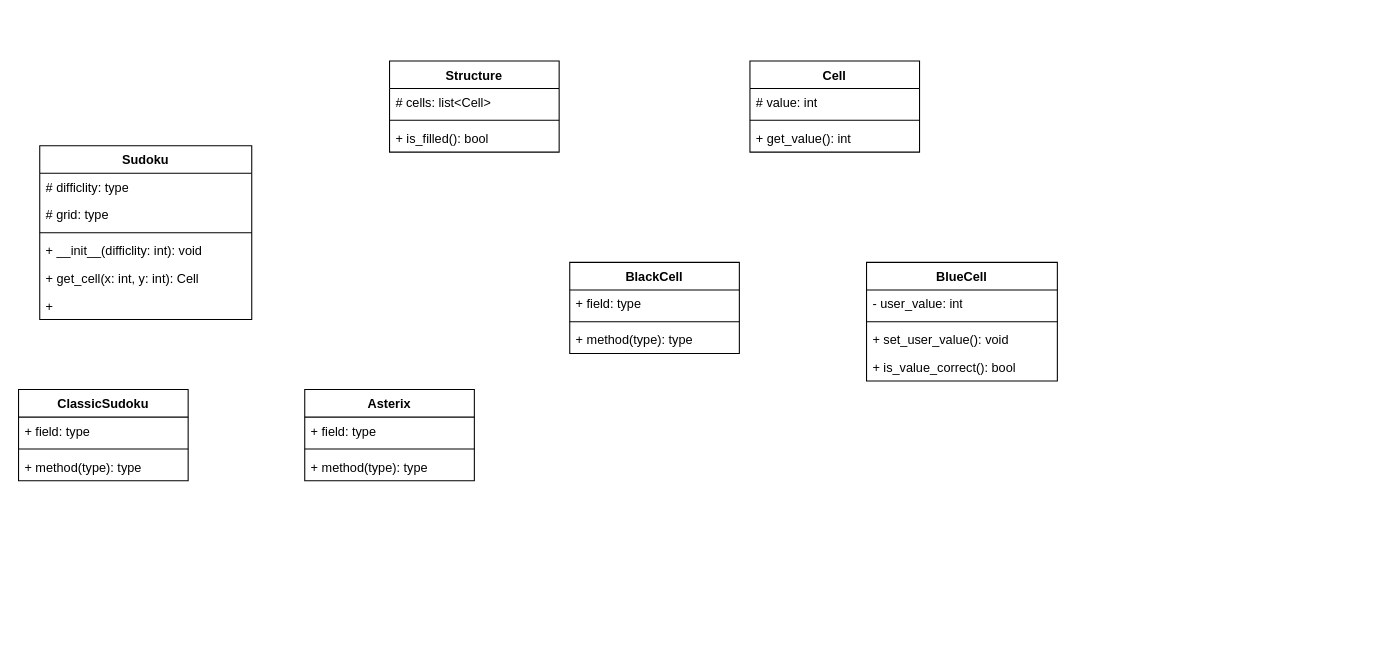
The draw.io diagram tdpp_project.drawio in v-tempe/draw.io, before the edit. Source tidied: cells renumbered, new cells numbered last; positions are measured from the earlier drawing's top-left corner, leaving out a move shared by most shapes. Both pictures are drawn from the tidied source at 106%, with x=0, y=0 at pixel (18, 60).
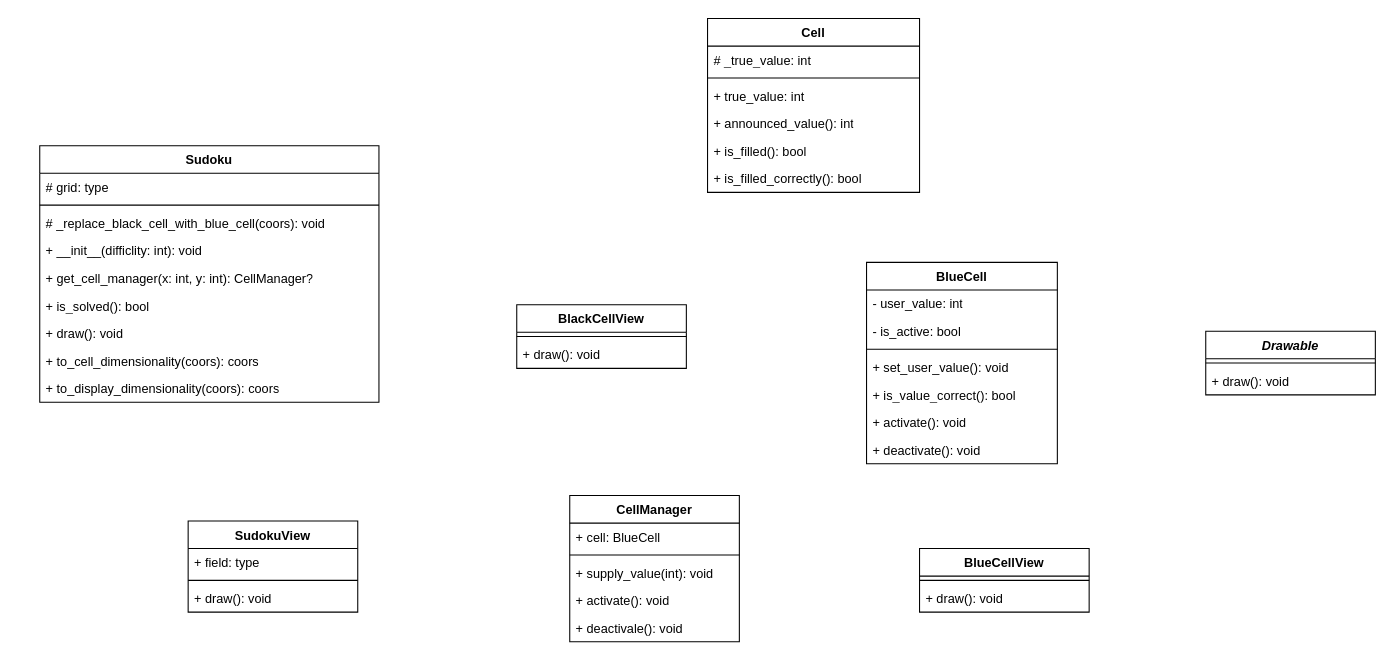
The same diagram, later.

What changed in the source:
```diff
@@
     <mxCell id="2" value="Sudoku" style="swimlane;fontStyle=1;align=center;verticalAlign=top;horizontal=1;startSize=26;whiteSpace=wrap;html=1;" parent="1" vertex="1">
-      <mxGeometry x="20" y="80" width="200" height="164" as="geometry" />
+      <mxGeometry x="20" y="80" width="320" height="242" as="geometry" />
     </mxCell>
-    <mxCell id="3" value="# difficlity: type" style="text;strokeColor=none;fillColor=none;align=left;verticalAlign=top;spacingLeft=4;spacingRight=4;overflow=hidden;whiteSpace=wrap;html=1;" parent="2" vertex="1">
-      <mxGeometry y="26" width="200" height="26" as="geometry" />
-    </mxCell>
     <mxCell id="4" value="# grid: type" style="text;strokeColor=none;fillColor=none;align=left;verticalAlign=top;spacingLeft=4;spacingRight=4;overflow=hidden;whiteSpace=wrap;html=1;" parent="2" vertex="1">
-      <mxGeometry y="52" width="200" height="26" as="geometry" />
+      <mxGeometry y="26" width="320" height="26" as="geometry" />
     </mxCell>
     <mxCell id="5" style="line;strokeWidth=1;fillColor=none;align=left;verticalAlign=middle;spacingTop=-1;spacingLeft=3;spacingRight=3;labelPosition=right;strokeColor=inherit;" parent="2" vertex="1">
-      <mxGeometry y="78" width="200" height="8" as="geometry" />
+      <mxGeometry y="52" width="320" height="8" as="geometry" />
     </mxCell>
+    <mxCell id="34" value="# _replace_black_cell_with_blue_cell(coors): void" style="text;strokeColor=none;fillColor=none;align=left;verticalAlign=top;spacingLeft=4;spacingRight=4;overflow=hidden;whiteSpace=wrap;html=1;" parent="2" vertex="1">
+      <mxGeometry y="60" width="320" height="26" as="geometry" />
+    </mxCell>
     <mxCell id="6" value="+ __init__(difficlity: int): void" style="text;strokeColor=none;fillColor=none;align=left;verticalAlign=top;spacingLeft=4;spacingRight=4;overflow=hidden;whiteSpace=wrap;html=1;" parent="2" vertex="1">
-      <mxGeometry y="86" width="200" height="26" as="geometry" />
+      <mxGeometry y="86" width="320" height="26" as="geometry" />
     </mxCell>
-    <mxCell id="7" value="+ get_cell(x: int, y: int): Cell" style="text;strokeColor=none;fillColor=none;align=left;verticalAlign=top;spacingLeft=4;spacingRight=4;overflow=hidden;whiteSpace=wrap;html=1;" parent="2" vertex="1">
-      <mxGeometry y="112" width="200" height="26" as="geometry" />
+    <mxCell id="7" value="+ get_cell_manager(x: int, y: int): CellManager?" style="text;strokeColor=none;fillColor=none;align=left;verticalAlign=top;spacingLeft=4;spacingRight=4;overflow=hidden;whiteSpace=wrap;html=1;" parent="2" vertex="1">
+      <mxGeometry y="112" width="320" height="26" as="geometry" />
     </mxCell>
-    <mxCell id="8" value="+ " style="text;strokeColor=none;fillColor=none;align=left;verticalAlign=top;spacingLeft=4;spacingRight=4;overflow=hidden;whiteSpace=wrap;html=1;" parent="2" vertex="1">
-      <mxGeometry y="138" width="200" height="26" as="geometry" />
+    <mxCell id="8" value="+ is_solved(): bool" style="text;strokeColor=none;fillColor=none;align=left;verticalAlign=top;spacingLeft=4;spacingRight=4;overflow=hidden;whiteSpace=wrap;html=1;" parent="2" vertex="1">
+      <mxGeometry y="138" width="320" height="26" as="geometry" />
     </mxCell>
+    <mxCell id="35" value="+ draw(): void" style="text;strokeColor=none;fillColor=none;align=left;verticalAlign=top;spacingLeft=4;spacingRight=4;overflow=hidden;whiteSpace=wrap;html=1;" parent="2" vertex="1">
+      <mxGeometry y="164" width="320" height="26" as="geometry" />
+    </mxCell>
+    <mxCell id="36" value="+ to_cell_dimensionality(coors): coors" style="text;strokeColor=none;fillColor=none;align=left;verticalAlign=top;spacingLeft=4;spacingRight=4;overflow=hidden;whiteSpace=wrap;html=1;" parent="2" vertex="1">
+      <mxGeometry y="190" width="320" height="26" as="geometry" />
+    </mxCell>
+    <mxCell id="37" value="+ to_display_dimensionality(coors): coors" style="text;strokeColor=none;fillColor=none;align=left;verticalAlign=top;spacingLeft=4;spacingRight=4;overflow=hidden;whiteSpace=wrap;html=1;" parent="2" vertex="1">
+      <mxGeometry y="216" width="320" height="26" as="geometry" />
+    </mxCell>
-    <mxCell id="9" value="BlackCell" style="swimlane;fontStyle=1;align=center;verticalAlign=top;horizontal=1;startSize=26;whiteSpace=wrap;html=1;" parent="1" vertex="1">
-      <mxGeometry x="520" y="190" width="160" height="86" as="geometry" />
+    <mxCell id="9" value="BlackCellView" style="swimlane;fontStyle=1;align=center;verticalAlign=top;horizontal=1;startSize=26;whiteSpace=wrap;html=1;" parent="1" vertex="1">
+      <mxGeometry x="470" y="230" width="160" height="60" as="geometry" />
     </mxCell>
-    <mxCell id="10" value="+ field: type" style="text;strokeColor=none;fillColor=none;align=left;verticalAlign=top;spacingLeft=4;spacingRight=4;overflow=hidden;whiteSpace=wrap;html=1;" parent="9" vertex="1">
-      <mxGeometry y="26" width="160" height="26" as="geometry" />
-    </mxCell>
     <mxCell id="11" style="line;strokeWidth=1;fillColor=none;align=left;verticalAlign=middle;spacingTop=-1;spacingLeft=3;spacingRight=3;labelPosition=right;strokeColor=inherit;" parent="9" vertex="1">
-      <mxGeometry y="52" width="160" height="8" as="geometry" />
+      <mxGeometry y="26" width="160" height="8" as="geometry" />
     </mxCell>
-    <mxCell id="12" value="+ method(type): type" style="text;strokeColor=none;fillColor=none;align=left;verticalAlign=top;spacingLeft=4;spacingRight=4;overflow=hidden;whiteSpace=wrap;html=1;" parent="9" vertex="1">
-      <mxGeometry y="60" width="160" height="26" as="geometry" />
+    <mxCell id="12" value="+ draw(): void" style="text;strokeColor=none;fillColor=none;align=left;verticalAlign=top;spacingLeft=4;spacingRight=4;overflow=hidden;whiteSpace=wrap;html=1;" parent="9" vertex="1">
+      <mxGeometry y="34" width="160" height="26" as="geometry" />
     </mxCell>
     <mxCell id="13" value="BlueCell" style="swimlane;fontStyle=1;align=center;verticalAlign=top;horizontal=1;startSize=26;whiteSpace=wrap;html=1;" parent="1" vertex="1">
-      <mxGeometry x="800" y="190" width="180" height="112" as="geometry" />
+      <mxGeometry x="800" y="190" width="180" height="190" as="geometry" />
     </mxCell>
+    <mxCell id="38" value="- user_value: int" style="text;strokeColor=none;fillColor=none;align=left;verticalAlign=top;spacingLeft=4;spacingRight=4;overflow=hidden;whiteSpace=wrap;html=1;" parent="13" vertex="1">
+      <mxGeometry y="26" width="180" height="26" as="geometry" />
+    </mxCell>
-    <mxCell id="14" value="- user_value: int" style="text;strokeColor=none;fillColor=none;align=left;verticalAlign=top;spacingLeft=4;spacingRight=4;overflow=hidden;whiteSpace=wrap;html=1;" parent="13" vertex="1">
-      <mxGeometry y="26" width="180" height="26" as="geometry" />
+    <mxCell id="14" value="- is_active: bool" style="text;strokeColor=none;fillColor=none;align=left;verticalAlign=top;spacingLeft=4;spacingRight=4;overflow=hidden;whiteSpace=wrap;html=1;" parent="13" vertex="1">
+      <mxGeometry y="52" width="180" height="26" as="geometry" />
     </mxCell>
     <mxCell id="15" style="line;strokeWidth=1;fillColor=none;align=left;verticalAlign=middle;spacingTop=-1;spacingLeft=3;spacingRight=3;labelPosition=right;strokeColor=inherit;" parent="13" vertex="1">
-      <mxGeometry y="52" width="180" height="8" as="geometry" />
+      <mxGeometry y="78" width="180" height="8" as="geometry" />
     </mxCell>
     <mxCell id="16" value="+ set_user_value(): void" style="text;strokeColor=none;fillColor=none;align=left;verticalAlign=top;spacingLeft=4;spacingRight=4;overflow=hidden;whiteSpace=wrap;html=1;" parent="13" vertex="1">
-      <mxGeometry y="60" width="180" height="26" as="geometry" />
+      <mxGeometry y="86" width="180" height="26" as="geometry" />
     </mxCell>
     <mxCell id="17" value="+ is_value_correct(): bool" style="text;strokeColor=none;fillColor=none;align=left;verticalAlign=top;spacingLeft=4;spacingRight=4;overflow=hidden;whiteSpace=wrap;html=1;" parent="13" vertex="1">
-      <mxGeometry y="86" width="180" height="26" as="geometry" />
+      <mxGeometry y="112" width="180" height="26" as="geometry" />
     </mxCell>
+    <mxCell id="39" value="+ activate(): void" style="text;strokeColor=none;fillColor=none;align=left;verticalAlign=top;spacingLeft=4;spacingRight=4;overflow=hidden;whiteSpace=wrap;html=1;" parent="13" vertex="1">
+      <mxGeometry y="138" width="180" height="26" as="geometry" />
+    </mxCell>
+    <mxCell id="40" value="+ deactivate(): void" style="text;strokeColor=none;fillColor=none;align=left;verticalAlign=top;spacingLeft=4;spacingRight=4;overflow=hidden;whiteSpace=wrap;html=1;" parent="13" vertex="1">
+      <mxGeometry y="164" width="180" height="26" as="geometry" />
+    </mxCell>
     <mxCell id="18" value="Cell" style="swimlane;fontStyle=1;align=center;verticalAlign=top;horizontal=1;startSize=26;whiteSpace=wrap;html=1;" parent="1" vertex="1">
-      <mxGeometry x="690" width="160" height="86" as="geometry" />
+      <mxGeometry x="650" y="-40" width="200" height="164" as="geometry" />
     </mxCell>
-    <mxCell id="19" value="# value: int" style="text;strokeColor=none;fillColor=none;align=left;verticalAlign=top;spacingLeft=4;spacingRight=4;overflow=hidden;whiteSpace=wrap;html=1;" parent="18" vertex="1">
-      <mxGeometry y="26" width="160" height="26" as="geometry" />
+    <mxCell id="19" value="# _true_value: int" style="text;strokeColor=none;fillColor=none;align=left;verticalAlign=top;spacingLeft=4;spacingRight=4;overflow=hidden;whiteSpace=wrap;html=1;" parent="18" vertex="1">
+      <mxGeometry y="26" width="200" height="26" as="geometry" />
     </mxCell>
     <mxCell id="20" style="line;strokeWidth=1;fillColor=none;align=left;verticalAlign=middle;spacingTop=-1;spacingLeft=3;spacingRight=3;labelPosition=right;strokeColor=inherit;" parent="18" vertex="1">
-      <mxGeometry y="52" width="160" height="8" as="geometry" />
+      <mxGeometry y="52" width="200" height="8" as="geometry" />
     </mxCell>
-    <mxCell id="21" value="+ get_value(): int" style="text;strokeColor=none;fillColor=none;align=left;verticalAlign=top;spacingLeft=4;spacingRight=4;overflow=hidden;whiteSpace=wrap;html=1;" parent="18" vertex="1">
-      <mxGeometry y="60" width="160" height="26" as="geometry" />
+    <mxCell id="21" value="+ true_value: int" style="text;strokeColor=none;fillColor=none;align=left;verticalAlign=top;spacingLeft=4;spacingRight=4;overflow=hidden;whiteSpace=wrap;html=1;" parent="18" vertex="1">
+      <mxGeometry y="60" width="200" height="26" as="geometry" />
     </mxCell>
-    <mxCell id="22" value="Structure" style="swimlane;fontStyle=1;align=center;verticalAlign=top;horizontal=1;startSize=26;whiteSpace=wrap;html=1;" parent="1" vertex="1">
-      <mxGeometry x="350" width="160" height="86" as="geometry" />
-    </mxCell>
-    <mxCell id="23" value="# cells: list&amp;lt;Cell&amp;gt;" style="text;strokeColor=none;fillColor=none;align=left;verticalAlign=top;spacingLeft=4;spacingRight=4;overflow=hidden;whiteSpace=wrap;html=1;" parent="22" vertex="1">
-      <mxGeometry y="26" width="160" height="26" as="geometry" />
-    </mxCell>
-    <mxCell id="24" style="line;strokeWidth=1;fillColor=none;align=left;verticalAlign=middle;spacingTop=-1;spacingLeft=3;spacingRight=3;labelPosition=right;strokeColor=inherit;" parent="22" vertex="1">
-      <mxGeometry y="52" width="160" height="8" as="geometry" />
-    </mxCell>
+    <mxCell id="41" value="+ announced_value(): int" style="text;strokeColor=none;fillColor=none;align=left;verticalAlign=top;spacingLeft=4;spacingRight=4;overflow=hidden;whiteSpace=wrap;html=1;" parent="18" vertex="1">
+      <mxGeometry y="86" width="200" height="26" as="geometry" />
+    </mxCell>
-    <mxCell id="25" value="+ is_filled(): bool" style="text;strokeColor=none;fillColor=none;align=left;verticalAlign=top;spacingLeft=4;spacingRight=4;overflow=hidden;whiteSpace=wrap;html=1;" parent="22" vertex="1">
-      <mxGeometry y="60" width="160" height="26" as="geometry" />
+    <mxCell id="25" value="+ is_filled(): bool" style="text;strokeColor=none;fillColor=none;align=left;verticalAlign=top;spacingLeft=4;spacingRight=4;overflow=hidden;whiteSpace=wrap;html=1;" parent="18" vertex="1">
+      <mxGeometry y="112" width="200" height="26" as="geometry" />
     </mxCell>
-    <mxCell id="26" value="Asterix" style="swimlane;fontStyle=1;align=center;verticalAlign=top;horizontal=1;startSize=26;whiteSpace=wrap;html=1;" parent="1" vertex="1">
-      <mxGeometry x="270" y="310" width="160" height="86" as="geometry" />
-    </mxCell>
-    <mxCell id="27" value="+ field: type" style="text;strokeColor=none;fillColor=none;align=left;verticalAlign=top;spacingLeft=4;spacingRight=4;overflow=hidden;whiteSpace=wrap;html=1;" parent="26" vertex="1">
-      <mxGeometry y="26" width="160" height="26" as="geometry" />
-    </mxCell>
-    <mxCell id="28" style="line;strokeWidth=1;fillColor=none;align=left;verticalAlign=middle;spacingTop=-1;spacingLeft=3;spacingRight=3;labelPosition=right;strokeColor=inherit;" parent="26" vertex="1">
-      <mxGeometry y="52" width="160" height="8" as="geometry" />
-    </mxCell>
-    <mxCell id="29" value="+ method(type): type" style="text;strokeColor=none;fillColor=none;align=left;verticalAlign=top;spacingLeft=4;spacingRight=4;overflow=hidden;whiteSpace=wrap;html=1;" parent="26" vertex="1">
-      <mxGeometry y="60" width="160" height="26" as="geometry" />
-    </mxCell>
-    <mxCell id="30" value="ClassicSudoku" style="swimlane;fontStyle=1;align=center;verticalAlign=top;horizontal=1;startSize=26;whiteSpace=wrap;html=1;" parent="1" vertex="1">
-      <mxGeometry y="310" width="160" height="86" as="geometry" />
-    </mxCell>
-    <mxCell id="31" value="+ field: type" style="text;strokeColor=none;fillColor=none;align=left;verticalAlign=top;spacingLeft=4;spacingRight=4;overflow=hidden;whiteSpace=wrap;html=1;" parent="30" vertex="1">
-      <mxGeometry y="26" width="160" height="26" as="geometry" />
-    </mxCell>
-    <mxCell id="32" style="line;strokeWidth=1;fillColor=none;align=left;verticalAlign=middle;spacingTop=-1;spacingLeft=3;spacingRight=3;labelPosition=right;strokeColor=inherit;" parent="30" vertex="1">
-      <mxGeometry y="52" width="160" height="8" as="geometry" />
-    </mxCell>
-    <mxCell id="33" value="+ method(type): type" style="text;strokeColor=none;fillColor=none;align=left;verticalAlign=top;spacingLeft=4;spacingRight=4;overflow=hidden;whiteSpace=wrap;html=1;" parent="30" vertex="1">
-      <mxGeometry y="60" width="160" height="26" as="geometry" />
-    </mxCell>
+    <mxCell id="42" value="+ is_filled_correctly(): bool" style="text;strokeColor=none;fillColor=none;align=left;verticalAlign=top;spacingLeft=4;spacingRight=4;overflow=hidden;whiteSpace=wrap;html=1;" parent="18" vertex="1">
+      <mxGeometry y="138" width="200" height="26" as="geometry" />
+    </mxCell>
+    <mxCell id="43" value="CellManager" style="swimlane;fontStyle=1;align=center;verticalAlign=top;horizontal=1;startSize=26;whiteSpace=wrap;html=1;" parent="1" vertex="1">
+      <mxGeometry x="520" y="410" width="160" height="138" as="geometry" />
+    </mxCell>
+    <mxCell id="44" value="+ cell: BlueCell" style="text;strokeColor=none;fillColor=none;align=left;verticalAlign=top;spacingLeft=4;spacingRight=4;overflow=hidden;whiteSpace=wrap;html=1;" parent="43" vertex="1">
+      <mxGeometry y="26" width="160" height="26" as="geometry" />
+    </mxCell>
+    <mxCell id="45" style="line;strokeWidth=1;fillColor=none;align=left;verticalAlign=middle;spacingTop=-1;spacingLeft=3;spacingRight=3;labelPosition=right;strokeColor=inherit;" parent="43" vertex="1">
+      <mxGeometry y="52" width="160" height="8" as="geometry" />
+    </mxCell>
+    <mxCell id="46" value="+ supply_value(int): void" style="text;strokeColor=none;fillColor=none;align=left;verticalAlign=top;spacingLeft=4;spacingRight=4;overflow=hidden;whiteSpace=wrap;html=1;" parent="43" vertex="1">
+      <mxGeometry y="60" width="160" height="26" as="geometry" />
+    </mxCell>
+    <mxCell id="47" value="+ activate(): void" style="text;strokeColor=none;fillColor=none;align=left;verticalAlign=top;spacingLeft=4;spacingRight=4;overflow=hidden;whiteSpace=wrap;html=1;" parent="43" vertex="1">
+      <mxGeometry y="86" width="160" height="26" as="geometry" />
+    </mxCell>
+    <mxCell id="48" value="+ deactivale(): void" style="text;strokeColor=none;fillColor=none;align=left;verticalAlign=top;spacingLeft=4;spacingRight=4;overflow=hidden;whiteSpace=wrap;html=1;" parent="43" vertex="1">
+      <mxGeometry y="112" width="160" height="26" as="geometry" />
+    </mxCell>
+    <mxCell id="49" value="BlueCellView" style="swimlane;fontStyle=1;align=center;verticalAlign=top;horizontal=1;startSize=26;whiteSpace=wrap;html=1;" parent="1" vertex="1">
+      <mxGeometry x="850" y="460" width="160" height="60" as="geometry" />
+    </mxCell>
+    <mxCell id="50" style="line;strokeWidth=1;fillColor=none;align=left;verticalAlign=middle;spacingTop=-1;spacingLeft=3;spacingRight=3;labelPosition=right;strokeColor=inherit;" parent="49" vertex="1">
+      <mxGeometry y="26" width="160" height="8" as="geometry" />
+    </mxCell>
+    <mxCell id="51" value="+ draw(): void" style="text;strokeColor=none;fillColor=none;align=left;verticalAlign=top;spacingLeft=4;spacingRight=4;overflow=hidden;whiteSpace=wrap;html=1;" parent="49" vertex="1">
+      <mxGeometry y="34" width="160" height="26" as="geometry" />
+    </mxCell>
+    <mxCell id="52" value="SudokuView" style="swimlane;fontStyle=1;align=center;verticalAlign=top;horizontal=1;startSize=26;whiteSpace=wrap;html=1;" parent="1" vertex="1">
+      <mxGeometry x="160" y="434" width="160" height="86" as="geometry" />
+    </mxCell>
+    <mxCell id="53" value="+ field: type" style="text;strokeColor=none;fillColor=none;align=left;verticalAlign=top;spacingLeft=4;spacingRight=4;overflow=hidden;whiteSpace=wrap;html=1;" parent="52" vertex="1">
+      <mxGeometry y="26" width="160" height="26" as="geometry" />
+    </mxCell>
+    <mxCell id="54" style="line;strokeWidth=1;fillColor=none;align=left;verticalAlign=middle;spacingTop=-1;spacingLeft=3;spacingRight=3;labelPosition=right;strokeColor=inherit;" parent="52" vertex="1">
+      <mxGeometry y="52" width="160" height="8" as="geometry" />
+    </mxCell>
+    <mxCell id="55" value="+ draw(): void" style="text;strokeColor=none;fillColor=none;align=left;verticalAlign=top;spacingLeft=4;spacingRight=4;overflow=hidden;whiteSpace=wrap;html=1;" parent="52" vertex="1">
+      <mxGeometry y="60" width="160" height="26" as="geometry" />
+    </mxCell>
+    <mxCell id="56" value="&lt;i style=&quot;&quot;&gt;Drawable&lt;/i&gt;" style="swimlane;fontStyle=1;align=center;verticalAlign=top;horizontal=1;startSize=26;whiteSpace=wrap;html=1;" parent="1" vertex="1">
+      <mxGeometry x="1120" y="255" width="160" height="60" as="geometry" />
+    </mxCell>
+    <mxCell id="57" style="line;strokeWidth=1;fillColor=none;align=left;verticalAlign=middle;spacingTop=-1;spacingLeft=3;spacingRight=3;labelPosition=right;strokeColor=inherit;" parent="56" vertex="1">
+      <mxGeometry y="26" width="160" height="8" as="geometry" />
+    </mxCell>
+    <mxCell id="58" value="+ draw(): void" style="text;strokeColor=none;fillColor=none;align=left;verticalAlign=top;spacingLeft=4;spacingRight=4;overflow=hidden;whiteSpace=wrap;html=1;" parent="56" vertex="1">
+      <mxGeometry y="34" width="160" height="26" as="geometry" />
+    </mxCell>
```
